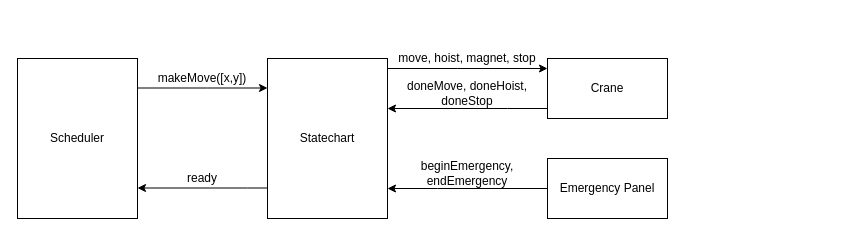
This is teaching/bip26/gantry-crane-system.drawio from joeriexelmans/statebuddy, a draw.io file, before an edit. Source tidied: cells renumbered, new cells numbered last; positions are measured from the earlier drawing's top-left corner, leaving out a move shared by most shapes. Both pictures are drawn from the tidied source at 100%, with x=0, y=0 at pixel (17, 48).
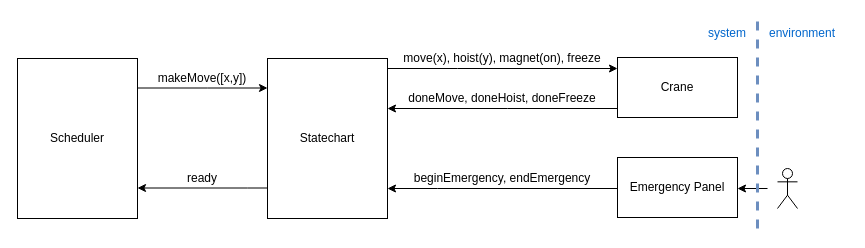
After the change.

Change to the diagram source:
```diff
@@
     <mxCell id="4" value="Emergency Panel" style="rounded=0;whiteSpace=wrap;html=1;" parent="1" vertex="1">
-      <mxGeometry x="530" y="110" width="120" height="60" as="geometry" />
+      <mxGeometry x="600" y="109" width="120" height="60" as="geometry" />
     </mxCell>
@@
     <mxCell id="6" value="Crane" style="rounded=0;whiteSpace=wrap;html=1;" parent="1" vertex="1">
-      <mxGeometry x="530" y="10" width="120" height="60" as="geometry" />
+      <mxGeometry x="600" y="9" width="120" height="60" as="geometry" />
     </mxCell>
@@
-    <mxCell id="13" value="move, hoist, magnet, stop" style="text;html=1;whiteSpace=wrap;strokeColor=none;fillColor=none;align=center;verticalAlign=middle;rounded=0;" parent="1" vertex="1">
-      <mxGeometry x="370" width="160" height="20" as="geometry" />
+    <mxCell id="13" value="move(x), hoist(y), magnet(on), freeze" style="text;html=1;whiteSpace=wrap;strokeColor=none;fillColor=none;align=center;verticalAlign=middle;rounded=0;" parent="1" vertex="1">
+      <mxGeometry x="370" width="230" height="20" as="geometry" />
     </mxCell>
-    <mxCell id="14" value="doneMove, doneHoist, doneStop" style="text;html=1;whiteSpace=wrap;strokeColor=none;fillColor=none;align=center;verticalAlign=middle;rounded=0;" parent="1" vertex="1">
-      <mxGeometry x="370" y="30" width="160" height="30" as="geometry" />
+    <mxCell id="14" value="doneMove, doneHoist, doneFreeze" style="text;html=1;whiteSpace=wrap;strokeColor=none;fillColor=none;align=center;verticalAlign=middle;rounded=0;" parent="1" vertex="1">
+      <mxGeometry x="370" y="40" width="230" height="20" as="geometry" />
     </mxCell>
     <mxCell id="15" value="beginEmergency, endEmergency" style="text;html=1;whiteSpace=wrap;strokeColor=none;fillColor=none;align=center;verticalAlign=middle;rounded=0;" parent="1" vertex="1">
-      <mxGeometry x="370" y="110" width="160" height="30" as="geometry" />
+      <mxGeometry x="370" y="120" width="230" height="20" as="geometry" />
     </mxCell>
+    <mxCell id="16" style="shape=umlActor;verticalLabelPosition=bottom;verticalAlign=top;html=1;" parent="1" vertex="1">
+      <mxGeometry x="760" y="120" width="20" height="40" as="geometry" />
+    </mxCell>
+    <mxCell id="17" style="endArrow=classic;html=1;rounded=0;" parent="1" edge="1">
+      <mxGeometry relative="1" as="geometry">
+        <mxPoint x="750" y="140" as="sourcePoint" />
+        <mxPoint x="720" y="140" as="targetPoint" />
+      </mxGeometry>
+    </mxCell>
+    <mxCell id="18" style="endArrow=none;dashed=1;html=1;rounded=0;fillColor=#dae8fc;strokeColor=#6c8ebf;strokeWidth=3;" parent="1" edge="1">
+      <mxGeometry relative="1" as="geometry">
+        <mxPoint x="740" y="180" as="sourcePoint" />
+        <mxPoint x="740" y="-30" as="targetPoint" />
+      </mxGeometry>
+    </mxCell>
+    <mxCell id="19" value="system" style="text;html=1;whiteSpace=wrap;strokeColor=none;fillColor=none;align=center;verticalAlign=middle;rounded=0;fontColor=#0066CC;" parent="1" vertex="1">
+      <mxGeometry x="680" y="-30" width="60" height="30" as="geometry" />
+    </mxCell>
+    <mxCell id="20" value="&lt;font style=&quot;color: rgb(0, 102, 204);&quot;&gt;environment&lt;/font&gt;" style="text;html=1;whiteSpace=wrap;strokeColor=none;fillColor=none;align=center;verticalAlign=middle;rounded=0;" parent="1" vertex="1">
+      <mxGeometry x="740" y="-30" width="90" height="30" as="geometry" />
+    </mxCell>
```
